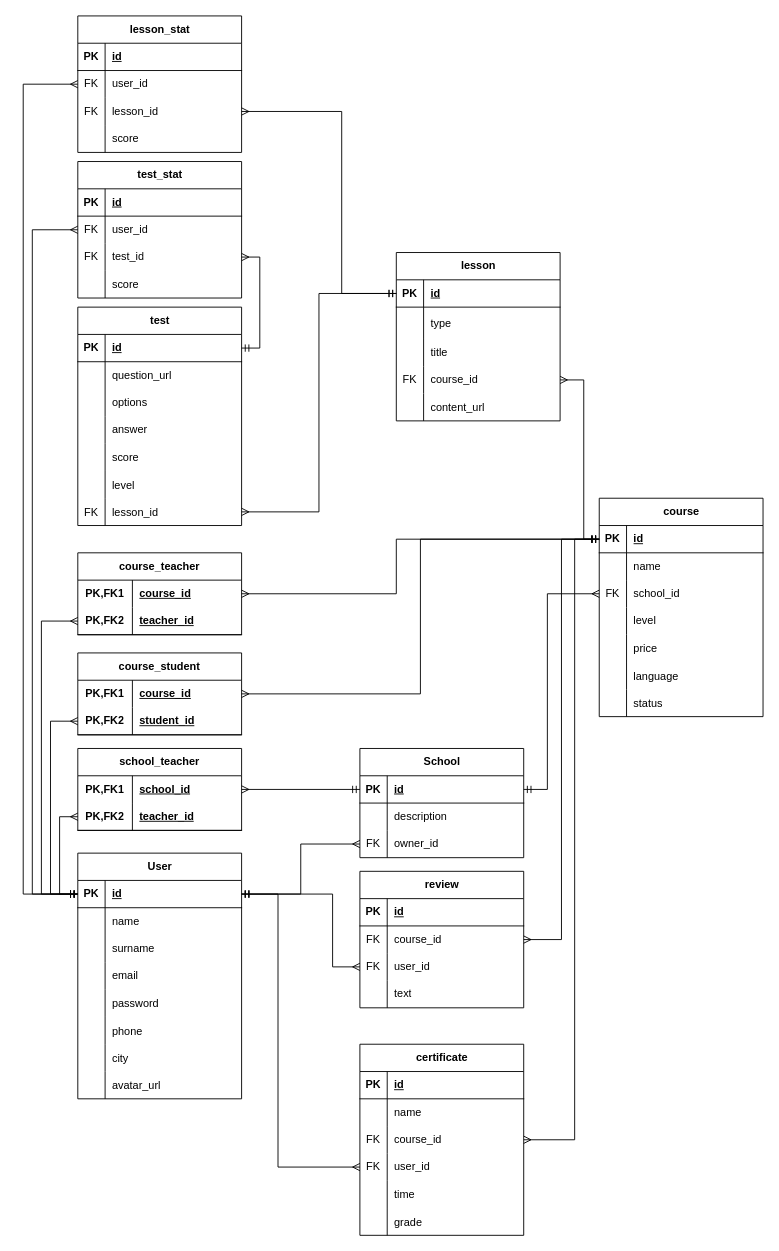
Earlier version of the draw.io diagram docs/tex/inc/img/scheme.drawio (paw1a/eschool). Source tidied: cells renumbered, new cells numbered last; positions are measured from the earlier drawing's top-left corner, leaving out a move shared by most shapes. Both pictures are drawn from the tidied source at 91%, with x=0, y=0 at pixel (23, 15).
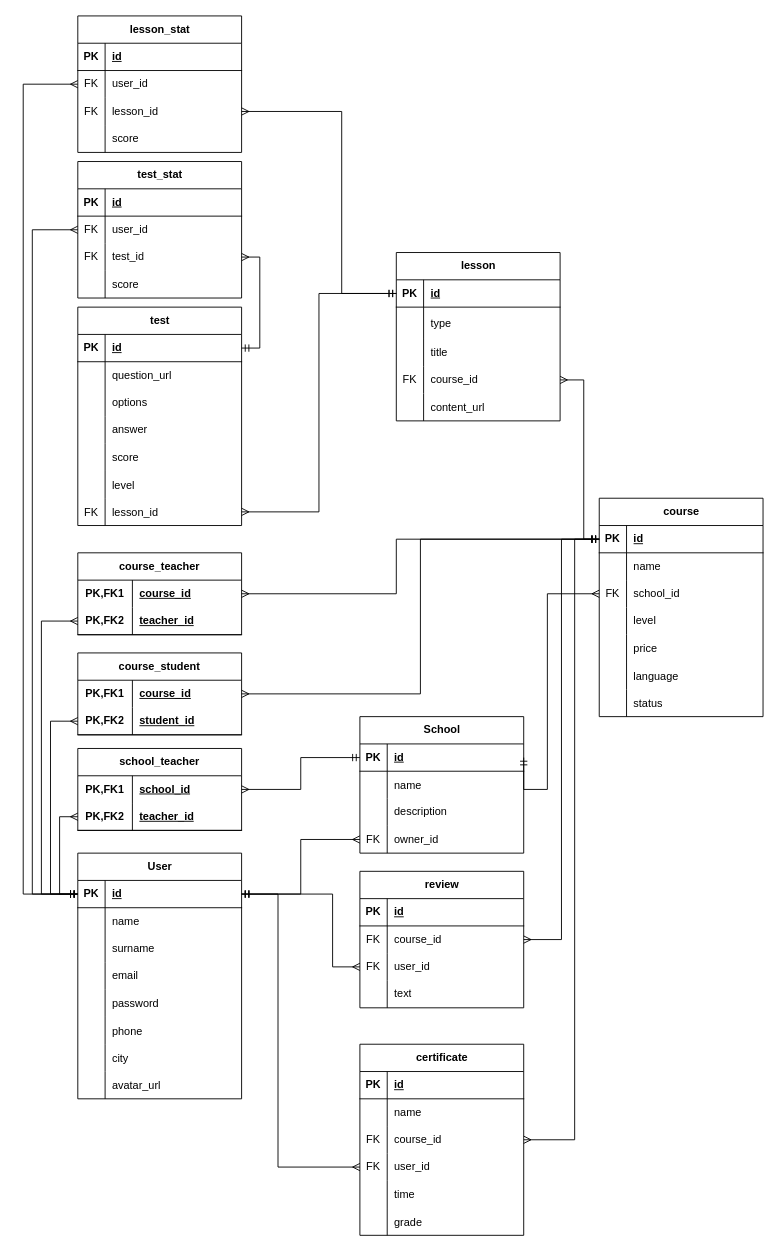
The same diagram, later.

The edit, as a diff of the source:
```diff
@@
     <mxCell id="27" value="School" style="shape=table;startSize=30;childLayout=tableLayout;rowLines=0;fontStyle=1;align=center;html=1;" parent="1" vertex="1">
-      <mxGeometry x="370" y="805" width="180" height="120" as="geometry" />
+      <mxGeometry x="370" y="770" width="180" height="150" as="geometry" />
     </mxCell>
@@
+    <mxCell id="194" style="shape=tableRow;horizontal=0;startSize=0;swimlaneHead=0;swimlaneBody=0;fillColor=none;top=0;left=0;right=0;bottom=0;" parent="27" vertex="1">
+      <mxGeometry y="60" width="180" height="30" as="geometry" />
+    </mxCell>
+    <mxCell id="195" style="shape=partialRectangle;fillColor=none;top=0;left=0;bottom=0;right=0;overflow=hidden;" parent="194" vertex="1">
+      <mxGeometry width="30" height="30" as="geometry" />
+    </mxCell>
+    <mxCell id="196" value="name" style="shape=partialRectangle;fillColor=none;top=0;left=0;bottom=0;right=0;align=left;spacingLeft=6;overflow=hidden;" parent="194" vertex="1">
+      <mxGeometry x="30" width="150" height="30" as="geometry" />
+    </mxCell>
     <mxCell id="31" style="shape=tableRow;horizontal=0;startSize=0;swimlaneHead=0;swimlaneBody=0;fillColor=none;top=0;left=0;right=0;bottom=0;" parent="27" vertex="1">
-      <mxGeometry y="60" width="180" height="30" as="geometry" />
+      <mxGeometry y="90" width="180" height="30" as="geometry" />
     </mxCell>
@@
     <mxCell id="34" style="shape=tableRow;horizontal=0;startSize=0;swimlaneHead=0;swimlaneBody=0;fillColor=none;points=[[0,0.5],[1,0.5]];portConstraint=eastwest;top=0;left=0;right=0;bottom=0;" parent="27" vertex="1">
-      <mxGeometry y="90" width="180" height="30" as="geometry" />
+      <mxGeometry y="120" width="180" height="30" as="geometry" />
     </mxCell>
```
